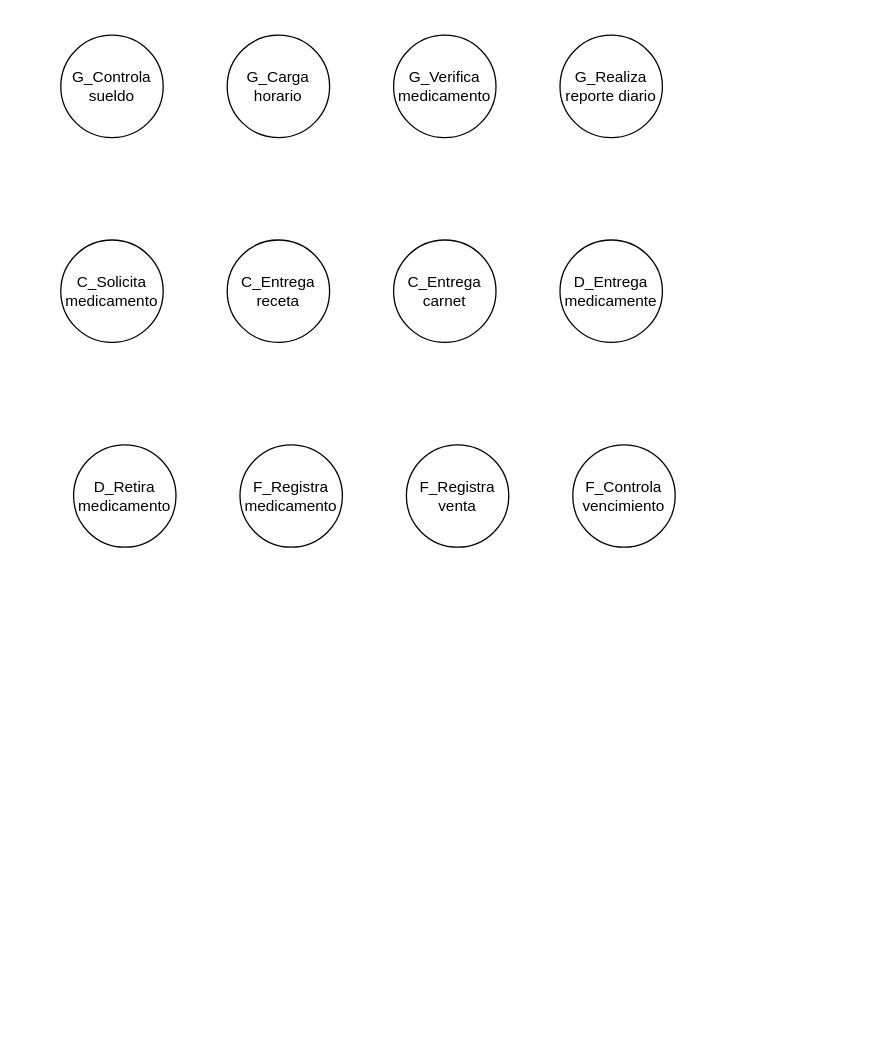
Above: page "Página-3" (2 of 2) of farmaciaAE.drawio in yon026/pruebagit (draw.io), before the change. Source tidied: cells renumbered, new cells numbered last; positions are measured from the earlier drawing's top-left corner, leaving out a move shared by most shapes. Both pictures are drawn from the tidied source at 128%, with x=0, y=0 at pixel (60, 35).
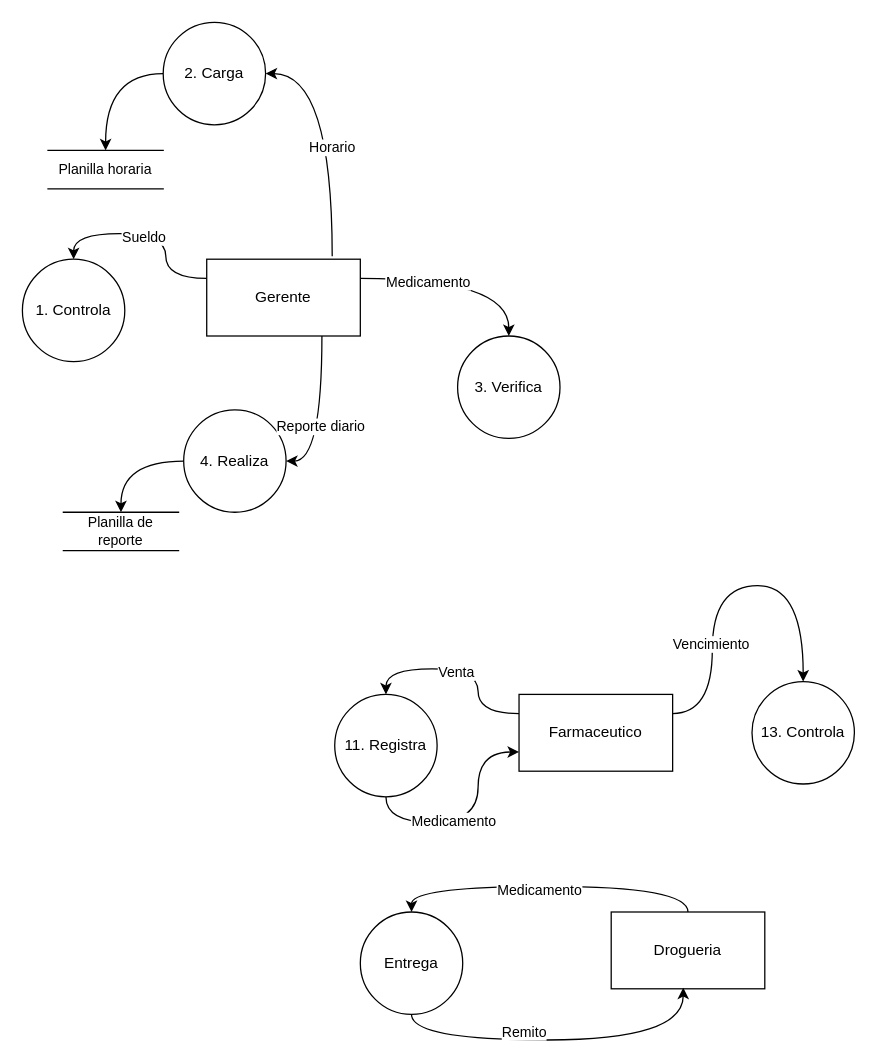
The same diagram, later.

The edit, as a diff of the source:
```diff
@@
-    <mxCell id="2" value="G_Controla sueldo" style="ellipse;whiteSpace=wrap;html=1;" parent="1" vertex="1">
-      <mxGeometry width="80" height="80" as="geometry" />
-    </mxCell>
-    <mxCell id="3" value="G_Carga horario" style="ellipse;whiteSpace=wrap;html=1;" parent="1" vertex="1">
-      <mxGeometry x="130" width="80" height="80" as="geometry" />
-    </mxCell>
-    <mxCell id="4" value="G_Verifica medicamento" style="ellipse;whiteSpace=wrap;html=1;" parent="1" vertex="1">
-      <mxGeometry x="260" width="80" height="80" as="geometry" />
-    </mxCell>
-    <mxCell id="5" value="G_Realiza reporte diario" style="ellipse;whiteSpace=wrap;html=1;" parent="1" vertex="1">
-      <mxGeometry x="390" width="80" height="80" as="geometry" />
-    </mxCell>
-    <mxCell id="6" value="C_Solicita medicamento" style="ellipse;whiteSpace=wrap;html=1;" parent="1" vertex="1">
-      <mxGeometry y="160" width="80" height="80" as="geometry" />
-    </mxCell>
-    <mxCell id="7" value="C_Entrega receta" style="ellipse;whiteSpace=wrap;html=1;" parent="1" vertex="1">
-      <mxGeometry x="130" y="160" width="80" height="80" as="geometry" />
-    </mxCell>
-    <mxCell id="8" value="C_Entrega carnet" style="ellipse;whiteSpace=wrap;html=1;" parent="1" vertex="1">
-      <mxGeometry x="260" y="160" width="80" height="80" as="geometry" />
-    </mxCell>
-    <mxCell id="9" value="D_Entrega medicamente" style="ellipse;whiteSpace=wrap;html=1;" parent="1" vertex="1">
-      <mxGeometry x="390" y="160" width="80" height="80" as="geometry" />
-    </mxCell>
-    <mxCell id="10" value="D_Retira medicamento" style="ellipse;whiteSpace=wrap;html=1;" parent="1" vertex="1">
-      <mxGeometry x="10" y="320" width="80" height="80" as="geometry" />
-    </mxCell>
-    <mxCell id="11" value="F_Registra medicamento" style="ellipse;whiteSpace=wrap;html=1;" parent="1" vertex="1">
-      <mxGeometry x="140" y="320" width="80" height="80" as="geometry" />
-    </mxCell>
-    <mxCell id="12" value="F_Registra venta" style="ellipse;whiteSpace=wrap;html=1;" parent="1" vertex="1">
-      <mxGeometry x="270" y="320" width="80" height="80" as="geometry" />
-    </mxCell>
-    <mxCell id="13" value="F_Controla vencimiento" style="ellipse;whiteSpace=wrap;html=1;" parent="1" vertex="1">
-      <mxGeometry x="400" y="320" width="80" height="80" as="geometry" />
-    </mxCell>
+    <mxCell id="14" style="edgeStyle=orthogonalEdgeStyle;shape=connector;curved=1;rounded=0;jettySize=auto;html=1;exitX=0;exitY=0.25;exitDx=0;exitDy=0;strokeColor=default;align=center;verticalAlign=middle;fontFamily=Helvetica;fontSize=11;fontColor=default;labelBackgroundColor=default;endArrow=classic;entryX=0.5;entryY=0;entryDx=0;entryDy=0;" parent="1" edge="1" source="25" target="16">
+      <mxGeometry relative="1" as="geometry" />
+    </mxCell>
+    <mxCell id="15" value="Sueldo" style="edgeLabel;html=1;align=center;verticalAlign=middle;fontFamily=Helvetica;fontSize=11;fontColor=default;labelBackgroundColor=default;" parent="14" vertex="1">
+      <mxGeometry x="0.07" y="2" relative="1" as="geometry" />
+    </mxCell>
+    <mxCell id="16" value="1. Controla" style="ellipse;whiteSpace=wrap;html=1;" parent="1" vertex="1">
+      <mxGeometry x="-30" y="175" width="80" height="80" as="geometry" />
+    </mxCell>
+    <mxCell id="17" style="edgeStyle=orthogonalEdgeStyle;shape=connector;curved=1;rounded=0;jettySize=auto;html=1;exitX=0;exitY=0.5;exitDx=0;exitDy=0;entryX=0.5;entryY=0;entryDx=0;entryDy=0;strokeColor=default;align=center;verticalAlign=middle;fontFamily=Helvetica;fontSize=11;fontColor=default;labelBackgroundColor=default;endArrow=classic;" parent="1" edge="1" source="18" target="38">
+      <mxGeometry relative="1" as="geometry" />
+    </mxCell>
+    <mxCell id="18" value="2. Carga" style="ellipse;whiteSpace=wrap;html=1;" parent="1" vertex="1">
+      <mxGeometry x="80" y="-10" width="80" height="80" as="geometry" />
+    </mxCell>
+    <mxCell id="19" style="edgeStyle=orthogonalEdgeStyle;shape=connector;curved=1;rounded=0;jettySize=auto;html=1;exitX=0;exitY=0.5;exitDx=0;exitDy=0;entryX=0.5;entryY=0;entryDx=0;entryDy=0;strokeColor=default;align=center;verticalAlign=middle;fontFamily=Helvetica;fontSize=11;fontColor=default;labelBackgroundColor=default;endArrow=classic;" parent="1" edge="1" source="20" target="39">
+      <mxGeometry relative="1" as="geometry" />
+    </mxCell>
+    <mxCell id="20" value="4. Realiza" style="ellipse;whiteSpace=wrap;html=1;" parent="1" vertex="1">
+      <mxGeometry x="96" y="292.7" width="80" height="80" as="geometry" />
+    </mxCell>
+    <mxCell id="21" style="edgeStyle=orthogonalEdgeStyle;shape=connector;curved=1;rounded=0;jettySize=auto;html=1;exitX=1;exitY=0.25;exitDx=0;exitDy=0;entryX=0.5;entryY=0;entryDx=0;entryDy=0;strokeColor=default;align=center;verticalAlign=middle;fontFamily=Helvetica;fontSize=11;fontColor=default;labelBackgroundColor=default;endArrow=classic;" parent="1" edge="1" source="25" target="26">
+      <mxGeometry relative="1" as="geometry" />
+    </mxCell>
+    <mxCell id="22" value="Medicamento" style="edgeLabel;html=1;align=center;verticalAlign=middle;fontFamily=Helvetica;fontSize=11;fontColor=default;labelBackgroundColor=default;" parent="21" vertex="1">
+      <mxGeometry x="-0.36" y="-2" relative="1" as="geometry" />
+    </mxCell>
+    <mxCell id="23" style="edgeStyle=orthogonalEdgeStyle;shape=connector;curved=1;rounded=0;jettySize=auto;html=1;exitX=0.75;exitY=1;exitDx=0;exitDy=0;entryX=1;entryY=0.5;entryDx=0;entryDy=0;strokeColor=default;align=center;verticalAlign=middle;fontFamily=Helvetica;fontSize=11;fontColor=default;labelBackgroundColor=default;endArrow=classic;" parent="1" edge="1" source="25" target="20">
+      <mxGeometry relative="1" as="geometry" />
+    </mxCell>
+    <mxCell id="24" value="Reporte diario" style="edgeLabel;html=1;align=center;verticalAlign=middle;fontFamily=Helvetica;fontSize=11;fontColor=default;labelBackgroundColor=default;" parent="23" vertex="1">
+      <mxGeometry x="0.11" y="-2" relative="1" as="geometry" />
+    </mxCell>
+    <mxCell id="25" value="Gerente" style="rounded=0;whiteSpace=wrap;html=1;" parent="1" vertex="1">
+      <mxGeometry x="114" y="175" width="120" height="60" as="geometry" />
+    </mxCell>
+    <mxCell id="26" value="3. Verifica" style="ellipse;whiteSpace=wrap;html=1;" parent="1" vertex="1">
+      <mxGeometry x="310" y="235" width="80" height="80" as="geometry" />
+    </mxCell>
+    <mxCell id="27" style="edgeStyle=orthogonalEdgeStyle;shape=connector;curved=1;rounded=0;jettySize=auto;html=1;exitX=0;exitY=0.25;exitDx=0;exitDy=0;strokeColor=default;align=center;verticalAlign=middle;fontFamily=Helvetica;fontSize=11;fontColor=default;labelBackgroundColor=default;endArrow=classic;entryX=0.5;entryY=0;entryDx=0;entryDy=0;" parent="1" edge="1" source="35" target="29">
+      <mxGeometry relative="1" as="geometry" />
+    </mxCell>
+    <mxCell id="28" value="Venta" style="edgeLabel;html=1;align=center;verticalAlign=middle;fontFamily=Helvetica;fontSize=11;fontColor=default;labelBackgroundColor=default;" parent="27" vertex="1">
+      <mxGeometry x="0.07" y="2" relative="1" as="geometry" />
+    </mxCell>
+    <mxCell id="29" value="11. Registra" style="ellipse;whiteSpace=wrap;html=1;" parent="1" vertex="1">
+      <mxGeometry x="214" y="515" width="80" height="80" as="geometry" />
+    </mxCell>
+    <mxCell id="30" value="13. Controla" style="ellipse;whiteSpace=wrap;html=1;" parent="1" vertex="1">
+      <mxGeometry x="540" y="505" width="80" height="80" as="geometry" />
+    </mxCell>
+    <mxCell id="31" style="edgeStyle=orthogonalEdgeStyle;rounded=0;jettySize=auto;html=1;exitX=0.5;exitY=1;exitDx=0;exitDy=0;entryX=0;entryY=0.75;entryDx=0;entryDy=0;curved=1;" parent="1" edge="1" source="29" target="35">
+      <mxGeometry relative="1" as="geometry" />
+    </mxCell>
+    <mxCell id="32" value="Medicamento" style="edgeLabel;html=1;align=center;verticalAlign=middle;fontFamily=Helvetica;fontSize=11;fontColor=default;labelBackgroundColor=default;" parent="31" vertex="1">
+      <mxGeometry x="-0.19" y="2" relative="1" as="geometry" />
+    </mxCell>
+    <mxCell id="33" style="edgeStyle=orthogonalEdgeStyle;shape=connector;curved=1;rounded=0;jettySize=auto;html=1;exitX=1;exitY=0.25;exitDx=0;exitDy=0;entryX=0.5;entryY=0;entryDx=0;entryDy=0;strokeColor=default;align=center;verticalAlign=middle;fontFamily=Helvetica;fontSize=11;fontColor=default;labelBackgroundColor=default;endArrow=classic;" parent="1" edge="1" source="35" target="30">
+      <mxGeometry relative="1" as="geometry">
+        <Array as="points">
+          <mxPoint x="509" y="530" />
+          <mxPoint x="509" y="430" />
+          <mxPoint x="580" y="430" />
+        </Array>
+      </mxGeometry>
+    </mxCell>
+    <mxCell id="34" value="Vencimiento" style="edgeLabel;html=1;align=center;verticalAlign=middle;fontFamily=Helvetica;fontSize=11;fontColor=default;labelBackgroundColor=default;" parent="33" vertex="1">
+      <mxGeometry x="-0.38" y="2" relative="1" as="geometry" />
+    </mxCell>
+    <mxCell id="35" value="Farmaceutico" style="rounded=0;whiteSpace=wrap;html=1;" parent="1" vertex="1">
+      <mxGeometry x="358" y="515" width="120" height="60" as="geometry" />
+    </mxCell>
+    <mxCell id="36" style="edgeStyle=orthogonalEdgeStyle;shape=connector;curved=1;rounded=0;jettySize=auto;html=1;exitX=0.817;exitY=-0.039;exitDx=0;exitDy=0;entryX=1;entryY=0.5;entryDx=0;entryDy=0;strokeColor=default;align=center;verticalAlign=middle;fontFamily=Helvetica;fontSize=11;fontColor=default;labelBackgroundColor=default;endArrow=classic;exitPerimeter=0;" parent="1" edge="1" source="25" target="18">
+      <mxGeometry relative="1" as="geometry" />
+    </mxCell>
+    <mxCell id="37" value="Horario" style="edgeLabel;html=1;align=center;verticalAlign=middle;fontFamily=Helvetica;fontSize=11;fontColor=default;labelBackgroundColor=default;" parent="36" vertex="1">
+      <mxGeometry x="-0.13" y="1" relative="1" as="geometry" />
+    </mxCell>
+    <mxCell id="38" value="Planilla horaria" style="shape=partialRectangle;whiteSpace=wrap;html=1;left=0;right=0;fillColor=none;fontFamily=Helvetica;fontSize=11;fontColor=default;labelBackgroundColor=default;" parent="1" vertex="1">
+      <mxGeometry x="-10" y="90" width="90" height="30" as="geometry" />
+    </mxCell>
+    <mxCell id="39" value="Planilla de reporte" style="shape=partialRectangle;whiteSpace=wrap;html=1;left=0;right=0;fillColor=none;fontFamily=Helvetica;fontSize=11;fontColor=default;labelBackgroundColor=default;" parent="1" vertex="1">
+      <mxGeometry x="2" y="372.7" width="90" height="30" as="geometry" />
+    </mxCell>
+    <mxCell id="40" style="edgeStyle=orthogonalEdgeStyle;shape=connector;curved=1;rounded=0;jettySize=auto;html=1;exitX=0.5;exitY=0;exitDx=0;exitDy=0;strokeColor=default;align=center;verticalAlign=middle;fontFamily=Helvetica;fontSize=11;fontColor=default;labelBackgroundColor=default;endArrow=classic;entryX=0.5;entryY=0;entryDx=0;entryDy=0;" parent="1" edge="1" source="43" target="42">
+      <mxGeometry relative="1" as="geometry" />
+    </mxCell>
+    <mxCell id="41" value="Medicamento" style="edgeLabel;html=1;align=center;verticalAlign=middle;fontFamily=Helvetica;fontSize=11;fontColor=default;labelBackgroundColor=default;" parent="40" vertex="1">
+      <mxGeometry x="0.07" y="2" relative="1" as="geometry" />
+    </mxCell>
+    <mxCell id="42" value="Entrega" style="ellipse;whiteSpace=wrap;html=1;" parent="1" vertex="1">
+      <mxGeometry x="234" y="685" width="80" height="80" as="geometry" />
+    </mxCell>
+    <mxCell id="43" value="Drogueria" style="rounded=0;whiteSpace=wrap;html=1;" parent="1" vertex="1">
+      <mxGeometry x="430" y="685" width="120" height="60" as="geometry" />
+    </mxCell>
+    <mxCell id="44" style="edgeStyle=orthogonalEdgeStyle;shape=connector;curved=1;rounded=0;jettySize=auto;html=1;strokeColor=default;align=center;verticalAlign=middle;fontFamily=Helvetica;fontSize=11;fontColor=default;labelBackgroundColor=default;endArrow=classic;entryX=0.469;entryY=0.985;entryDx=0;entryDy=0;entryPerimeter=0;exitX=0.5;exitY=1;exitDx=0;exitDy=0;" parent="1" edge="1" source="42" target="43">
+      <mxGeometry relative="1" as="geometry" />
+    </mxCell>
+    <mxCell id="45" value="Remito" style="edgeLabel;html=1;align=center;verticalAlign=middle;fontFamily=Helvetica;fontSize=11;fontColor=default;labelBackgroundColor=default;" parent="44" vertex="1">
+      <mxGeometry x="-0.22" y="7" relative="1" as="geometry" />
+    </mxCell>
```
